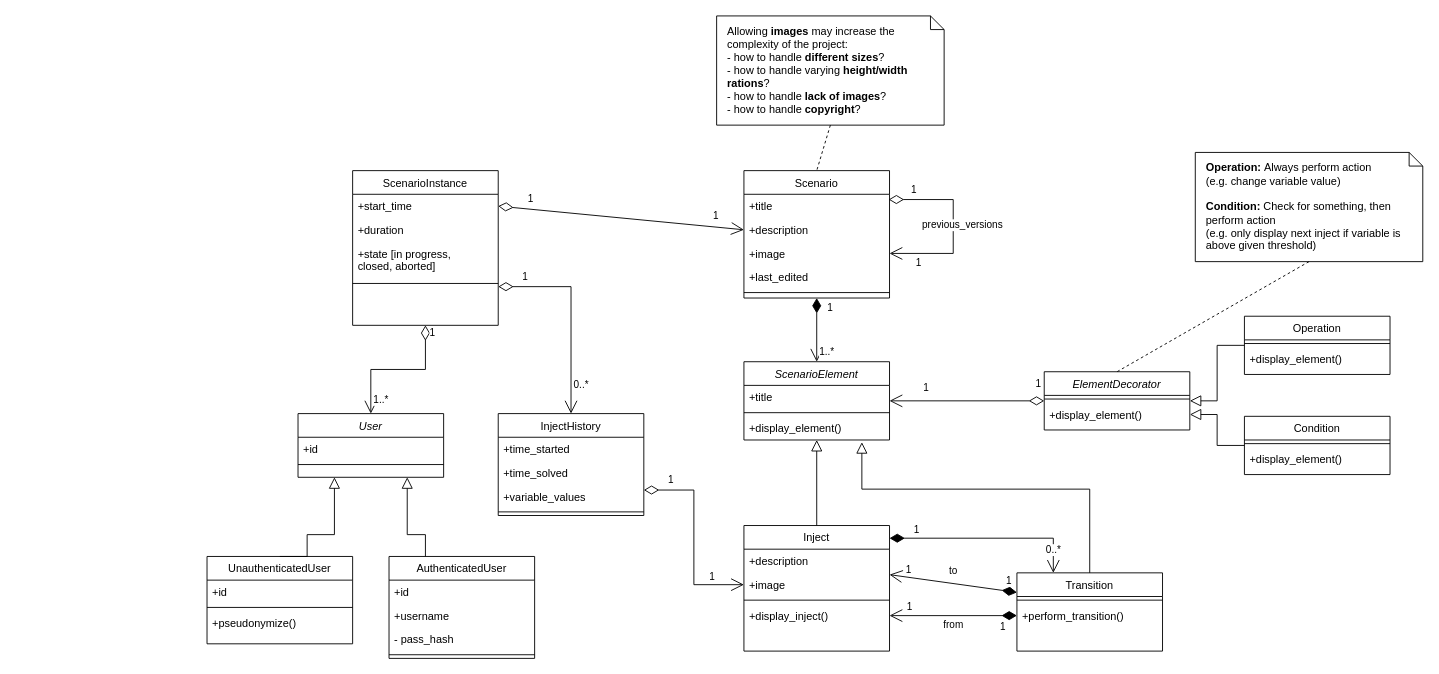
Before: page "Entire_Domain" (1 of 4) of artefacts/diagrams/class diagram.drawio in Elias-Ladenburger/CSEP, a draw.io diagram. Source tidied: cells renumbered, new cells numbered last; positions are measured from the earlier drawing's top-left corner, leaving out a move shared by most shapes. Both pictures are drawn from the tidied source at 91%, with x=0, y=0 at pixel (207, 15).
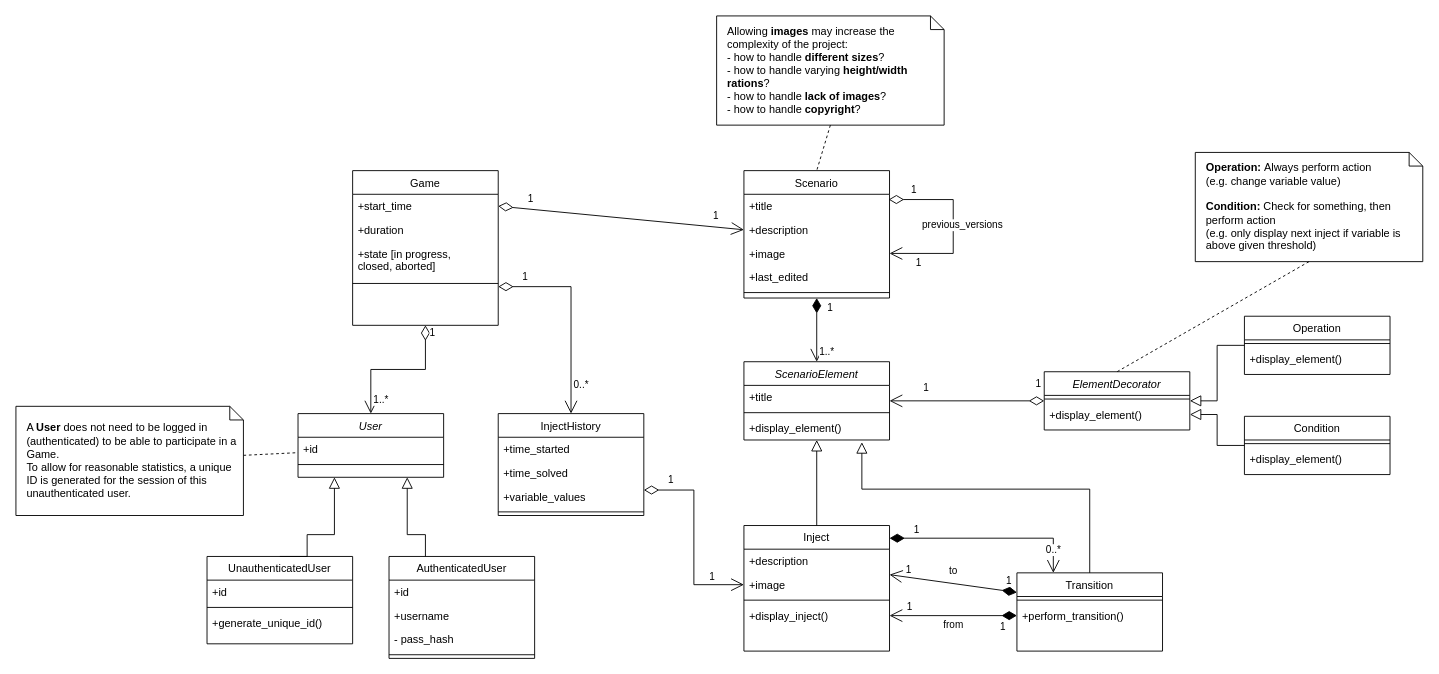
Above is the later version.

Commit message:
Update class diagram

Unchanged cells that the change refers to:
```xml
<mxCell id="8" value="+id" style="text;align=left;verticalAlign=top;spacingLeft=4;spacingRight=4;overflow=hidden;points=[[0,0.5],[1,0.5]];portConstraint=eastwest;" parent="7" vertex="1">
  <mxGeometry y="26" width="160" height="26" as="geometry" />
</mxCell>
<mxCell id="79" value="UnauthenticatedUser" style="swimlane;fontStyle=0;align=center;verticalAlign=top;horizontal=1;startSize=26;rounded=0;shadow=0;strokeWidth=1;" parent="1" vertex="1">
  <mxGeometry y="594" width="160" height="96" as="geometry" />
</mxCell>
```

Diff of the diagram source:
```diff
@@
-    <mxCell id="2" value="ScenarioInstance" style="swimlane;fontStyle=0;align=center;verticalAlign=top;horizontal=1;startSize=26;rounded=0;shadow=0;strokeWidth=1;" parent="1" vertex="1">
+    <mxCell id="2" value="Game" style="swimlane;fontStyle=0;align=center;verticalAlign=top;horizontal=1;startSize=26;rounded=0;shadow=0;strokeWidth=1;" parent="1" vertex="1">
       <mxGeometry x="160" y="170" width="160" height="170" as="geometry" />
     </mxCell>
@@
-    <mxCell id="82" value="+pseudonymize()" style="text;align=left;verticalAlign=top;spacingLeft=4;spacingRight=4;overflow=hidden;" parent="79" vertex="1">
+    <mxCell id="82" value="+generate_unique_id()" style="text;align=left;verticalAlign=top;spacingLeft=4;spacingRight=4;overflow=hidden;" parent="79" vertex="1">
       <mxGeometry y="60" width="160" height="26" as="geometry" />
     </mxCell>
@@
+    <mxCell id="85" style="rounded=0;jettySize=auto;html=1;dashed=1;endArrow=none;endFill=0;" parent="1" edge="1" source="86" target="8">
+      <mxGeometry relative="1" as="geometry" />
+    </mxCell>
+    <mxCell id="86" value="&lt;div&gt;A &lt;b&gt;User &lt;/b&gt;does not need to be logged in (authenticated) to be able to participate in a Game.&lt;/div&gt;To allow for reasonable statistics, a unique ID is generated for the session of this unauthenticated user." style="shape=note;size=15;align=left;spacingLeft=10;html=1;whiteSpace=wrap;" parent="1" vertex="1">
+      <mxGeometry x="-210" y="429" width="250" height="120" as="geometry" />
+    </mxCell>
```
